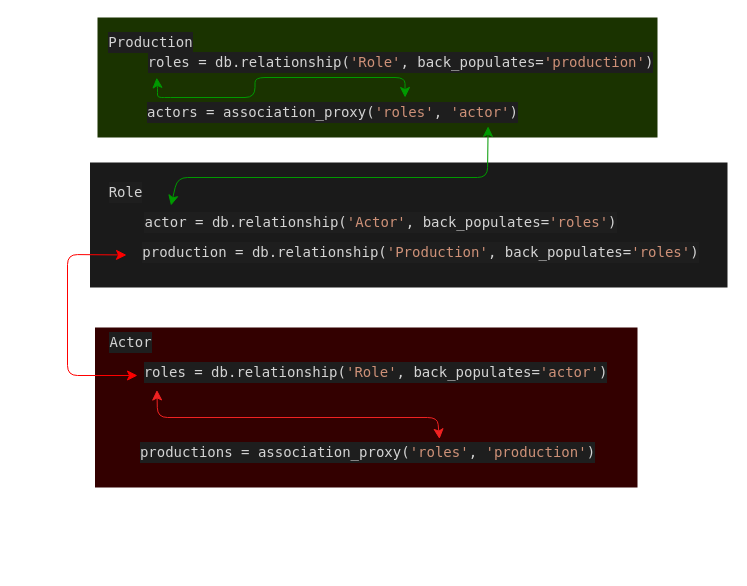
Before: page "association proxy" (2 of 2) of theater_demo/server/serializers-backpopulates.drawio in rachelAtFlatiron/EAST-SE-041023-Phase-4-Flask, a draw.io diagram. Source tidied: cells renumbered, new cells numbered last; positions are measured from the earlier drawing's top-left corner, leaving out a move shared by most shapes. Both pictures are drawn from the tidied source at 100%, with x=0, y=0 at pixel (67, 17).
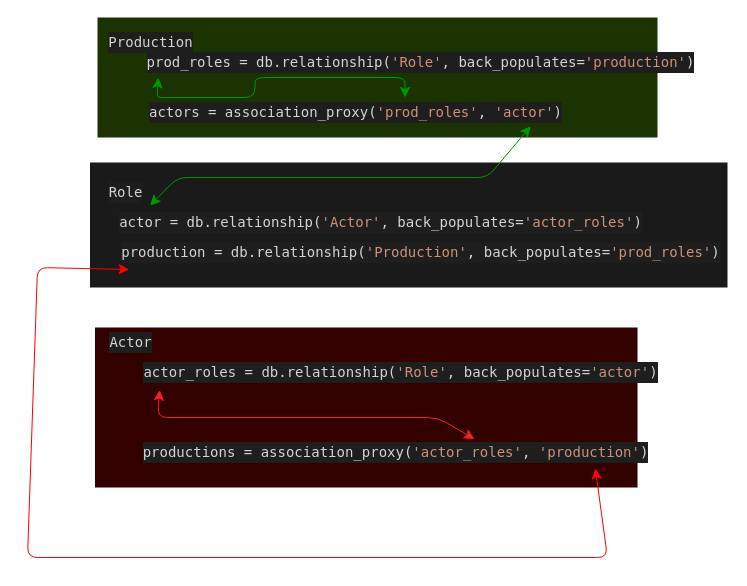
Above is the later version.

Diff of the diagram source:
```diff
@@
-    <mxCell id="7" value="&lt;div style=&quot;color: rgb(212, 212, 212); background-color: rgb(30, 30, 30); font-family: Menlo, Monaco, &amp;quot;Courier New&amp;quot;, monospace; font-size: 14px; line-height: 21px;&quot;&gt;roles = db.relationship(&lt;span style=&quot;color: #ce9178;&quot;&gt;'Role'&lt;/span&gt;, back_populates=&lt;span style=&quot;color: #ce9178;&quot;&gt;'production'&lt;/span&gt;)&lt;/div&gt;" style="text;html=1;align=center;verticalAlign=middle;points=[];strokeColor=none;fillColor=none;" parent="1" vertex="1">
-      <mxGeometry x="67.5" y="30" width="530" height="30" as="geometry" />
+    <mxCell id="7" value="&lt;div style=&quot;color: rgb(212, 212, 212); background-color: rgb(30, 30, 30); font-family: Menlo, Monaco, &amp;quot;Courier New&amp;quot;, monospace; font-size: 14px; line-height: 21px;&quot;&gt;prod_roles = db.relationship(&lt;span style=&quot;color: #ce9178;&quot;&gt;'Role'&lt;/span&gt;, back_populates=&lt;span style=&quot;color: #ce9178;&quot;&gt;'production'&lt;/span&gt;)&lt;/div&gt;" style="text;html=1;align=center;verticalAlign=middle;points=[];strokeColor=none;fillColor=none;" parent="1" vertex="1">
+      <mxGeometry x="67.5" y="30" width="570" height="30" as="geometry" />
     </mxCell>
-    <mxCell id="8" value="&lt;div style=&quot;color: rgb(212, 212, 212); background-color: rgb(30, 30, 30); font-family: Menlo, Monaco, &amp;quot;Courier New&amp;quot;, monospace; font-size: 14px; line-height: 21px;&quot;&gt;&lt;div&gt;    production = db.relationship(&lt;span style=&quot;color: #ce9178;&quot;&gt;'Production'&lt;/span&gt;, back_populates=&lt;span style=&quot;color: #ce9178;&quot;&gt;'roles'&lt;/span&gt;)&lt;/div&gt;&lt;/div&gt;" style="text;html=1;align=center;verticalAlign=middle;points=[];strokeColor=none;fillColor=none;" parent="1" vertex="1">
-      <mxGeometry x="62.5" y="220" width="580" height="30" as="geometry" />
+    <mxCell id="8" value="&lt;div style=&quot;color: rgb(212, 212, 212); background-color: rgb(30, 30, 30); font-family: Menlo, Monaco, &amp;quot;Courier New&amp;quot;, monospace; font-size: 14px; line-height: 21px;&quot;&gt;&lt;div&gt;    production = db.relationship(&lt;span style=&quot;color: #ce9178;&quot;&gt;'Production'&lt;/span&gt;, back_populates=&lt;span style=&quot;color: #ce9178;&quot;&gt;'prod_roles'&lt;/span&gt;)&lt;/div&gt;&lt;/div&gt;" style="text;html=1;align=center;verticalAlign=middle;points=[];strokeColor=none;fillColor=none;" parent="1" vertex="1">
+      <mxGeometry x="42.5" y="220" width="620" height="30" as="geometry" />
     </mxCell>
@@
-    <mxCell id="10" value="&lt;div style=&quot;color: rgb(212, 212, 212); background-color: rgb(30, 30, 30); font-family: Menlo, Monaco, &amp;quot;Courier New&amp;quot;, monospace; font-size: 14px; line-height: 21px;&quot;&gt;&lt;div&gt;    roles = db.relationship(&lt;span style=&quot;color: #ce9178;&quot;&gt;'Role'&lt;/span&gt;, back_populates=&lt;span style=&quot;color: #ce9178;&quot;&gt;'actor'&lt;/span&gt;)&lt;/div&gt;&lt;div&gt;&lt;/div&gt;&lt;/div&gt;" style="text;html=1;align=center;verticalAlign=middle;points=[];strokeColor=none;fillColor=none;" parent="1" vertex="1">
-      <mxGeometry x="62.5" y="340" width="490" height="30" as="geometry" />
+    <mxCell id="10" value="&lt;div style=&quot;color: rgb(212, 212, 212); background-color: rgb(30, 30, 30); font-family: Menlo, Monaco, &amp;quot;Courier New&amp;quot;, monospace; font-size: 14px; line-height: 21px;&quot;&gt;&lt;div&gt;actor_roles = db.relationship(&lt;span style=&quot;color: #ce9178;&quot;&gt;'Role'&lt;/span&gt;, back_populates=&lt;span style=&quot;color: #ce9178;&quot;&gt;'actor'&lt;/span&gt;)&lt;/div&gt;&lt;div&gt;&lt;/div&gt;&lt;/div&gt;" style="text;html=1;align=center;verticalAlign=middle;points=[];strokeColor=none;fillColor=none;" parent="1" vertex="1">
+      <mxGeometry x="62.5" y="340" width="540" height="30" as="geometry" />
     </mxCell>
-    <mxCell id="11" value="&lt;div style=&quot;color: rgb(212, 212, 212); background-color: rgb(30, 30, 30); font-family: Menlo, Monaco, &amp;quot;Courier New&amp;quot;, monospace; font-size: 14px; line-height: 21px;&quot;&gt;&lt;div&gt;    productions = association_proxy(&lt;span style=&quot;color: #ce9178;&quot;&gt;'roles'&lt;/span&gt;, &lt;span style=&quot;color: #ce9178;&quot;&gt;'production'&lt;/span&gt;)&lt;/div&gt;&lt;/div&gt;" style="text;html=1;align=center;verticalAlign=middle;points=[];strokeColor=none;fillColor=none;" parent="1" vertex="1">
-      <mxGeometry x="60" y="420" width="480" height="30" as="geometry" />
+    <mxCell id="11" value="&lt;div style=&quot;color: rgb(212, 212, 212); background-color: rgb(30, 30, 30); font-family: Menlo, Monaco, &amp;quot;Courier New&amp;quot;, monospace; font-size: 14px; line-height: 21px;&quot;&gt;&lt;div&gt;    productions = association_proxy(&lt;span style=&quot;color: #ce9178;&quot;&gt;'actor_roles'&lt;/span&gt;, &lt;span style=&quot;color: #ce9178;&quot;&gt;'production'&lt;/span&gt;)&lt;/div&gt;&lt;/div&gt;" style="text;html=1;align=center;verticalAlign=middle;points=[];strokeColor=none;fillColor=none;" parent="1" vertex="1">
+      <mxGeometry x="62.5" y="420" width="530" height="30" as="geometry" />
     </mxCell>
-    <mxCell id="12" value="&lt;div style=&quot;color: rgb(212, 212, 212); background-color: rgb(30, 30, 30); font-family: Menlo, Monaco, &amp;quot;Courier New&amp;quot;, monospace; font-size: 14px; line-height: 21px;&quot;&gt;&lt;div&gt;    actors = association_proxy(&lt;span style=&quot;color: #ce9178;&quot;&gt;'roles'&lt;/span&gt;, &lt;span style=&quot;color: #ce9178;&quot;&gt;'actor'&lt;/span&gt;)&lt;/div&gt;&lt;div&gt;&lt;/div&gt;&lt;/div&gt;" style="text;html=1;align=center;verticalAlign=middle;points=[];strokeColor=none;fillColor=none;" parent="1" vertex="1">
-      <mxGeometry x="70" y="80" width="390" height="30" as="geometry" />
+    <mxCell id="12" value="&lt;div style=&quot;color: rgb(212, 212, 212); background-color: rgb(30, 30, 30); font-family: Menlo, Monaco, &amp;quot;Courier New&amp;quot;, monospace; font-size: 14px; line-height: 21px;&quot;&gt;&lt;div&gt;    actors = association_proxy(&lt;span style=&quot;color: #ce9178;&quot;&gt;'prod_roles'&lt;/span&gt;, &lt;span style=&quot;color: #ce9178;&quot;&gt;'actor'&lt;/span&gt;)&lt;/div&gt;&lt;div&gt;&lt;/div&gt;&lt;/div&gt;" style="text;html=1;align=center;verticalAlign=middle;points=[];strokeColor=none;fillColor=none;" parent="1" vertex="1">
+      <mxGeometry x="67.5" y="80" width="440" height="30" as="geometry" />
     </mxCell>
-    <mxCell id="13" value="&lt;div style=&quot;color: rgb(212, 212, 212); background-color: rgb(30, 30, 30); font-family: Menlo, Monaco, &amp;quot;Courier New&amp;quot;, monospace; font-size: 14px; line-height: 21px;&quot;&gt;&lt;div&gt;    actor = db.relationship(&lt;span style=&quot;color: #ce9178;&quot;&gt;'Actor'&lt;/span&gt;, back_populates=&lt;span style=&quot;color: #ce9178;&quot;&gt;'roles'&lt;/span&gt;)&lt;/div&gt;&lt;/div&gt;" style="text;html=1;align=center;verticalAlign=middle;points=[];strokeColor=none;fillColor=none;" parent="1" vertex="1">
-      <mxGeometry x="62.5" y="190" width="500" height="30" as="geometry" />
+    <mxCell id="13" value="&lt;div style=&quot;color: rgb(212, 212, 212); background-color: rgb(30, 30, 30); font-family: Menlo, Monaco, &amp;quot;Courier New&amp;quot;, monospace; font-size: 14px; line-height: 21px;&quot;&gt;&lt;div&gt;    actor = db.relationship(&lt;span style=&quot;color: #ce9178;&quot;&gt;'Actor'&lt;/span&gt;, back_populates=&lt;span style=&quot;color: #ce9178;&quot;&gt;'actor_roles'&lt;/span&gt;)&lt;/div&gt;&lt;/div&gt;" style="text;html=1;align=center;verticalAlign=middle;points=[];strokeColor=none;fillColor=none;" parent="1" vertex="1">
+      <mxGeometry x="37.5" y="190" width="550" height="30" as="geometry" />
     </mxCell>
@@
-    <mxCell id="15" style="edgeStyle=none;jettySize=auto;html=1;endArrow=classic;startArrow=classic;endSize=8;startSize=8;exitX=-0.006;exitY=0.583;exitDx=0;exitDy=0;exitPerimeter=0;strokeColor=#FF0000;" parent="1" edge="1" source="8">
-      <mxGeometry relative="1" as="geometry">
-        <mxPoint x="70" y="358" as="targetPoint" />
-        <Array as="points">
-          <mxPoint y="237" />
-          <mxPoint y="358" />
-        </Array>
-      </mxGeometry>
-    </mxCell>
@@
+    <mxCell id="18" style="edgeStyle=none;jettySize=auto;html=1;endArrow=classic;startArrow=classic;endSize=8;startSize=8;exitX=0.878;exitY=1.033;exitDx=0;exitDy=0;exitPerimeter=0;entryX=0.031;entryY=1.067;entryDx=0;entryDy=0;entryPerimeter=0;strokeColor=#FF0000;" parent="1" edge="1" source="11" target="8">
+      <mxGeometry relative="1" as="geometry">
+        <Array as="points">
+          <mxPoint x="540" y="540" />
+          <mxPoint x="-40" y="540" />
+          <mxPoint x="-30" y="250" />
+        </Array>
+      </mxGeometry>
+    </mxCell>
```
